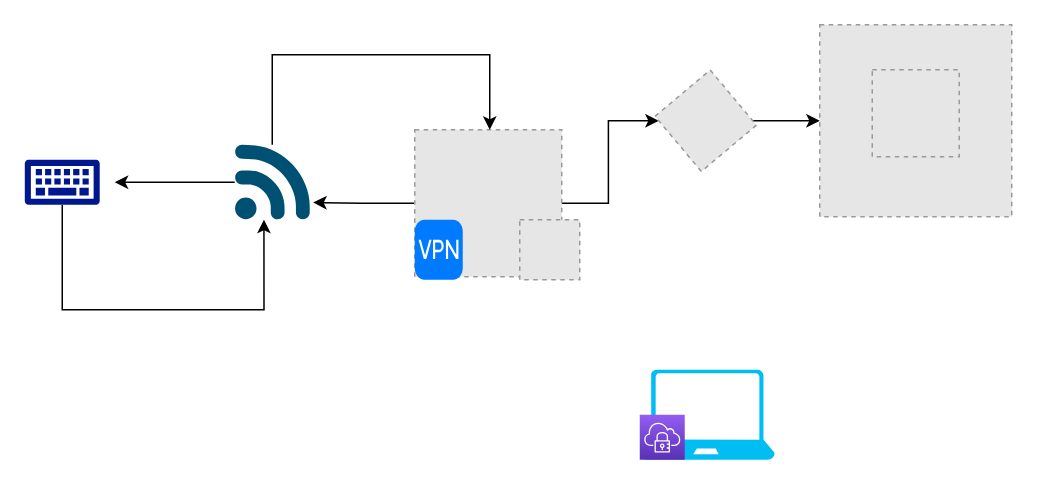
Before: home-server-diagram.drawio in popontdev/home-server, a draw.io diagram. Source tidied: cells renumbered, new cells numbered last; positions are measured from the earlier drawing's top-left corner, leaving out a move shared by most shapes. Both pictures are drawn from the tidied source at 150%, with x=0, y=0 at pixel (24, 24). Pictures stored in the file or linked from it are replaced by grey dashed boxes.
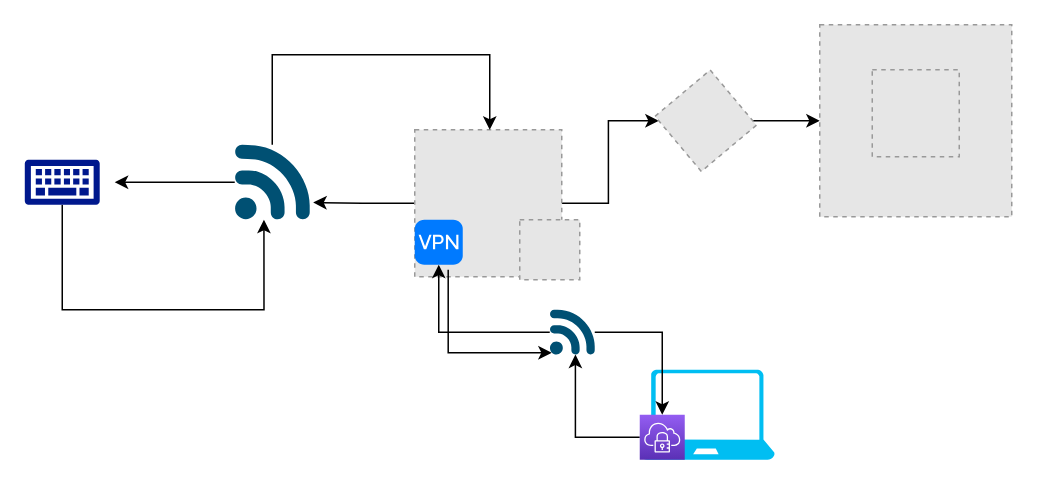
Above is the later version.

Commit message:
Added vpn server and vpn client connection to home-server-diagram.drawio

The change refers to these unchanged cells:
```xml
<mxCell id="17" style="outlineConnect=0;fontColor=#232F3E;gradientColor=#945DF2;gradientDirection=north;fillColor=#5A30B5;strokeColor=#ffffff;dashed=0;verticalLabelPosition=bottom;verticalAlign=top;align=center;html=1;fontSize=12;fontStyle=0;shape=mxgraph.aws4.resourceIcon;resIcon=mxgraph.aws4.client_vpn;" parent="1" vertex="1">
  <mxGeometry x="410" y="260" width="30" height="30" as="geometry" />
</mxCell>
```

Change to the diagram source:
```diff
@@
+    <mxCell id="18" style="edgeStyle=orthogonalEdgeStyle;rounded=0;jettySize=auto;html=1;entryX=0.045;entryY=0.955;entryDx=0;entryDy=0;entryPerimeter=0;exitX=0.697;exitY=1.112;exitDx=0;exitDy=0;exitPerimeter=0;" parent="1" edge="1" source="15" target="22">
+      <mxGeometry relative="1" as="geometry">
+        <Array as="points">
+          <mxPoint x="282" y="219" />
+        </Array>
+      </mxGeometry>
+    </mxCell>
     <mxCell id="15" style="html=1;strokeWidth=1;shadow=0;dashed=0;shape=mxgraph.ios7.misc.vpn;fillColor=#007AFF;strokeColor=none;buttonText=;strokeColor2=#222222;fontColor=#222222;fontSize=8;verticalLabelPosition=bottom;verticalAlign=top;align=center;" parent="1" vertex="1">
-      <mxGeometry x="260" y="130" width="32" height="40" as="geometry" />
+      <mxGeometry x="260" y="130" width="32" height="30" as="geometry" />
     </mxCell>
@@
+    <mxCell id="19" style="edgeStyle=orthogonalEdgeStyle;rounded=0;jettySize=auto;html=1;entryX=0.57;entryY=0.995;entryDx=0;entryDy=0;entryPerimeter=0;" parent="1" edge="1" source="17" target="22">
+      <mxGeometry relative="1" as="geometry" />
+    </mxCell>
@@
+    <mxCell id="20" style="edgeStyle=orthogonalEdgeStyle;rounded=0;jettySize=auto;html=1;" parent="1" edge="1" source="22" target="17">
+      <mxGeometry relative="1" as="geometry" />
+    </mxCell>
+    <mxCell id="21" style="edgeStyle=orthogonalEdgeStyle;rounded=0;jettySize=auto;html=1;" parent="1" edge="1" source="22" target="15">
+      <mxGeometry relative="1" as="geometry" />
+    </mxCell>
+    <mxCell id="22" style="points=[[0.005,0.09,0],[0.08,0,0],[0.76,0.25,0],[1,0.92,0],[0.91,0.995,0],[0.57,0.995,0],[0.045,0.955,0],[0.005,0.43,0]];verticalLabelPosition=bottom;html=1;verticalAlign=top;align=center;shape=mxgraph.cisco19.3g_4g_indicator;fillColor=#005073;strokeColor=none;" parent="1" vertex="1">
+      <mxGeometry x="350" y="190" width="30" height="30" as="geometry" />
+    </mxCell>
```
